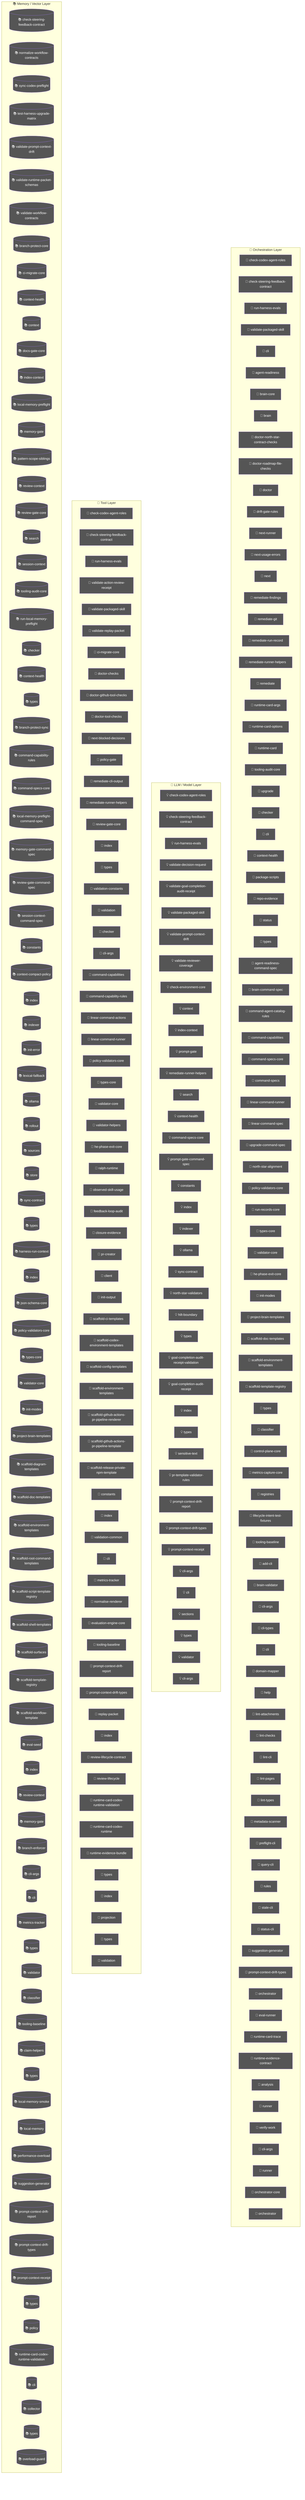
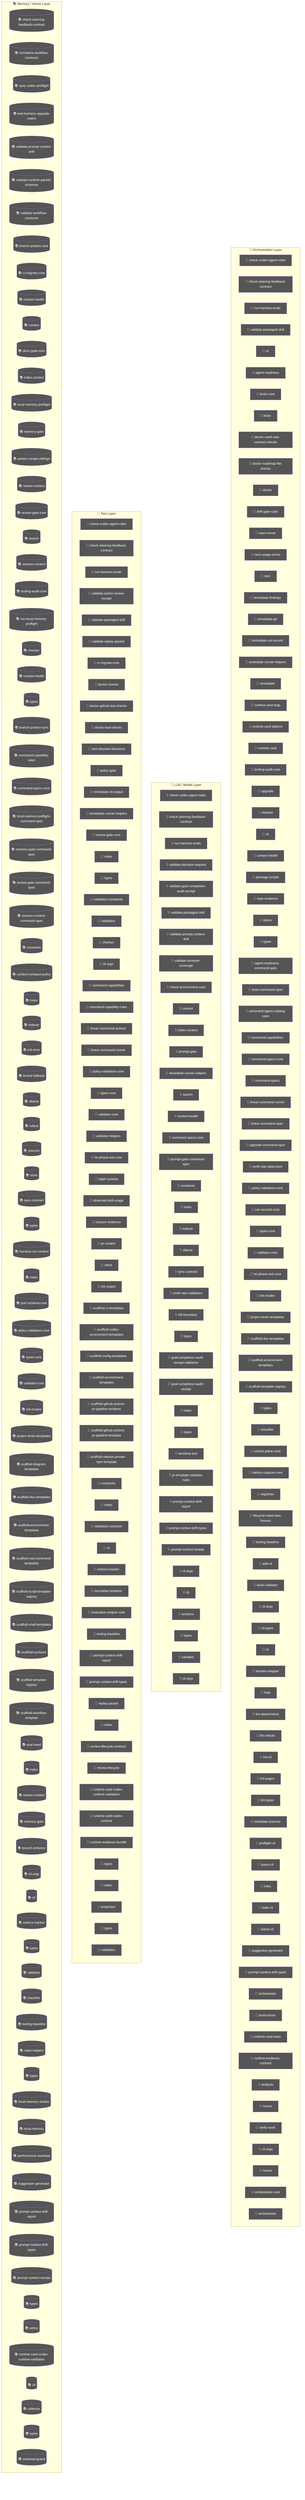
flowchart TD
  subgraph Orchestration["🎯 Orchestration Layer"]
    node_agent_mmd_orchestration_layer_orchestration_chec_7a9f0b64["🤖 check-codex-agent-roles"]
    node_agent_mmd_orchestration_layer_orchestration_chec_7fd47f5c["🤖 check-steering-feedback-contract"]
    node_agent_mmd_orchestration_layer_orchestration_run__18817957["🤖 run-harness-evals"]
    node_agent_mmd_orchestration_layer_orchestration_vali_c01b04be["🤖 validate-packaged-skill"]
    cli_99bb8840["🤖 cli"]
    agent_readiness_c82c68e6["🤖 agent-readiness"]
    brain_core_aa07c380["🤖 brain-core"]
    brain_bbbf7a64["🤖 brain"]
    doctor_north_star_contract_checks_0048124c["🤖 doctor-north-star-contract-checks"]
    doctor_roadmap_file_checks_14447b8e["🤖 doctor-roadmap-file-checks"]
    doctor_72f4be89["🤖 doctor"]
    drift_gate_rules_9685e72d["🤖 drift-gate-rules"]
    next_runner_41643472["🤖 next-runner"]
    next_usage_errors_837a345a["🤖 next-usage-errors"]
    next_c6c1c9a9["🤖 next"]
    remediate_findings_8b09c8c6["🤖 remediate-findings"]
    remediate_git_58c6f6f4["🤖 remediate-git"]
    remediate_run_record_9dfe5dc1["🤖 remediate-run-record"]
    node_agent_mmd_orchestration_layer_orchestration_reme_359fe98f["🤖 remediate-runner-helpers"]
    remediate_06b9c7fc["🤖 remediate"]
    runtime_card_args_2b3d4b28["🤖 runtime-card-args"]
    runtime_card_options_c9156ad5["🤖 runtime-card-options"]
    runtime_card_e06b53e1["🤖 runtime-card"]
    node_agent_mmd_orchestration_layer_orchestration_tool_acfe0c01["🤖 tooling-audit-core"]
    upgrade_7fef9479["🤖 upgrade"]
    node_agent_mmd_orchestration_layer_orchestration_chec_0550c395["🤖 checker"]
    cli_1_084e05fe["🤖 cli"]
    node_agent_mmd_orchestration_layer_orchestration_cont_61b3b9c9["🤖 context-health"]
    package_scripts_3ee6150f["🤖 package-scripts"]
    repo_evidence_38bb1de5["🤖 repo-evidence"]
    status_073c1634["🤖 status"]
    node_agent_mmd_orchestration_layer_orchestration_type_4f906dcc["🤖 types"]
    agent_readiness_command_spec_a30c2c1e["🤖 agent-readiness-command-spec"]
    brain_command_spec_15b122d5["🤖 brain-command-spec"]
    command_agent_catalog_rules_8e06b2af["🤖 command-agent-catalog-rules"]
    node_agent_mmd_orchestration_layer_orchestration_comm_6e41a7f7["🤖 command-capabilities"]
    node_agent_mmd_orchestration_layer_orchestration_comm_1f8cc24c["🤖 command-specs-core"]
    command_specs_69167c63["🤖 command-specs"]
    node_agent_mmd_orchestration_layer_orchestration_line_b67affd5["🤖 linear-command-runner"]
    linear_command_spec_1e12dd44["🤖 linear-command-spec"]
    upgrade_command_spec_03f6c7bd["🤖 upgrade-command-spec"]
    north_star_alignment_00440188["🤖 north-star-alignment"]
    node_agent_mmd_orchestration_layer_orchestration_poli_3270b55d["🤖 policy-validators-core"]
    run_records_core_89286dfa["🤖 run-records-core"]
    node_agent_mmd_orchestration_layer_orchestration_type_7cf81261["🤖 types-core"]
    node_agent_mmd_orchestration_layer_orchestration_vali_d9fe99e6["🤖 validator-core"]
    node_agent_mmd_orchestration_layer_orchestration_he_p_fc778c24["🤖 he-phase-exit-core"]
    node_agent_mmd_orchestration_layer_orchestration_init_2a9c3ecb["🤖 init-modes"]
    node_agent_mmd_orchestration_layer_orchestration_proj_6ab6f60f["🤖 project-brain-templates"]
    node_agent_mmd_orchestration_layer_orchestration_scaf_12cc07db["🤖 scaffold-doc-templates"]
    node_agent_mmd_orchestration_layer_orchestration_scaf_c9a90c2f["🤖 scaffold-environment-templates"]
    node_agent_mmd_orchestration_layer_orchestration_scaf_ff8f92f6["🤖 scaffold-template-registry"]
    types_15_86775c96["🤖 types"]
    node_agent_mmd_orchestration_layer_orchestration_clas_899b821a["🤖 classifier"]
    control_plane_core_db3b4cb2["🤖 control-plane-core"]
    metrics_capture_core_db4bf7cf["🤖 metrics-capture-core"]
    registries_06402afa["🤖 registries"]
    lifecycle_intent_test_fixtures_a53c7ada["🤖 lifecycle-intent-test-fixtures"]
    node_agent_mmd_orchestration_layer_orchestration_tool_cc43149f["🤖 tooling-baseline"]
    add_cli_7614de25["🤖 add-cli"]
    brain_validator_be251832["🤖 brain-validator"]
    cli_args_8_d546936e["🤖 cli-args"]
    cli_types_1686e858["🤖 cli-types"]
    cli_9_b54c1407["🤖 cli"]
    domain_mapper_cd9333d2["🤖 domain-mapper"]
    help_106a5842["🤖 help"]
    lint_attachments_873c0632["🤖 lint-attachments"]
    lint_checks_83522b19["🤖 lint-checks"]
    lint_cli_9ec62ec0["🤖 lint-cli"]
    lint_pages_e33301d0["🤖 lint-pages"]
    lint_types_2862c255["🤖 lint-types"]
    metadata_scanner_6a101b66["🤖 metadata-scanner"]
    preflight_cli_5d148379["🤖 preflight-cli"]
    query_cli_b95be64d["🤖 query-cli"]
    rules_6c621d1a["🤖 rules"]
    stale_cli_64548720["🤖 stale-cli"]
    status_cli_4c24a0d6["🤖 status-cli"]
    node_agent_mmd_orchestration_layer_orchestration_sugg_85c5ebe3["🤖 suggestion-generator"]
    node_agent_mmd_orchestration_layer_orchestration_prom_77088997["🤖 prompt-context-drift-types"]
    orchestrator_11376b7e["🤖 orchestrator"]
    eval_runner_0966a6b3["🤖 eval-runner"]
    runtime_card_trace_64a5ca95["🤖 runtime-card-trace"]
    runtime_evidence_contract_0f7b15b2["🤖 runtime-evidence-contract"]
    analysis_f44e85c4["🤖 analysis"]
    runner_527aa9f4["🤖 runner"]
    verify_work_1_cd8e7ec3["🤖 verify-work"]
    cli_args_14_3481043e["🤖 cli-args"]
    runner_1_6f281bf8["🤖 runner"]
    orchestrator_core_d0678b53["🤖 orchestrator-core"]
    orchestrator_1_6b7137c5["🤖 orchestrator"]
  end
  subgraph LLMLayer["🧠 LLM / Model Layer"]
    node_agent_mmd_llm_model_layer_llmlayer_check_codex_a_29e7b7fa["💡 check-codex-agent-roles"]
    node_agent_mmd_llm_model_layer_llmlayer_check_steerin_0e1bf90d["💡 check-steering-feedback-contract"]
    node_agent_mmd_llm_model_layer_llmlayer_run_harness_e_603fcfdc["💡 run-harness-evals"]
    validate_decision_request_2e5c325e["💡 validate-decision-request"]
    validate_goal_completion_audit_receipt_100d252c["💡 validate-goal-completion-audit-receipt"]
    node_agent_mmd_llm_model_layer_llmlayer_validate_pack_2a12e1f4["💡 validate-packaged-skill"]
    node_agent_mmd_llm_model_layer_llmlayer_validate_prom_9880f764["💡 validate-prompt-context-drift"]
    validate_reviewer_coverage_251efee3["💡 validate-reviewer-coverage"]
    check_environment_core_2c16213f["💡 check-environment-core"]
    node_agent_mmd_llm_model_layer_llmlayer_context_conte_ad2dfbd9["💡 context"]
    node_agent_mmd_llm_model_layer_llmlayer_index_context_1041bd11["💡 index-context"]
    prompt_gate_c5e9d207["💡 prompt-gate"]
    node_agent_mmd_llm_model_layer_llmlayer_remediate_run_9e3d4585["💡 remediate-runner-helpers"]
    node_agent_mmd_llm_model_layer_llmlayer_search_search_66b9a911["💡 search"]
    node_agent_mmd_llm_model_layer_llmlayer_context_healt_cfc0bfa8["💡 context-health"]
    node_agent_mmd_llm_model_layer_llmlayer_command_specs_782af9fa["💡 command-specs-core"]
    prompt_gate_command_spec_9a941482["💡 prompt-gate-command-spec"]
    node_agent_mmd_llm_model_layer_llmlayer_constants_con_c9bd3f6c["💡 constants"]
    node_agent_mmd_llm_model_layer_llmlayer_index_index_1_02e160ff["💡 index"]
    node_agent_mmd_llm_model_layer_llmlayer_indexer_index_4f4deef5["💡 indexer"]
    node_agent_mmd_llm_model_layer_llmlayer_ollama_ollama_968b23fa["💡 ollama"]
    node_agent_mmd_llm_model_layer_llmlayer_sync_contract_9f3cc8c1["💡 sync-contract"]
    north_star_validators_cfc926ce["💡 north-star-validators"]
    hilt_boundary_9b36fb15["💡 hilt-boundary"]
    types_9_1db4641f["💡 types"]
    goal_completion_audit_receipt_validation_9d0f4891["💡 goal-completion-audit-receipt-validation"]
    goal_completion_audit_receipt_5e4939c3["💡 goal-completion-audit-receipt"]
    index_4_013aa0e3["💡 index"]
    node_agent_mmd_llm_model_layer_llmlayer_constants_con_c9bd3f6c["💡 constants"]
    types_16_0fae1112["💡 types"]
    sensitive_text_7c11f760["💡 sensitive-text"]
    pr_template_validator_rules_20a32d6b["💡 pr-template-validator-rules"]
    node_agent_mmd_llm_model_layer_llmlayer_index_index_1_02e160ff["💡 index"]
    node_agent_mmd_llm_model_layer_llmlayer_prompt_contex_9683b128["💡 prompt-context-drift-report"]
    node_agent_mmd_llm_model_layer_llmlayer_prompt_contex_e5066b88["💡 prompt-context-drift-types"]
    node_agent_mmd_llm_model_layer_llmlayer_index_index_1_02e160ff["💡 index"]
    node_agent_mmd_llm_model_layer_llmlayer_prompt_contex_6426acc2["💡 prompt-context-receipt"]
    cli_args_9_9c136878["💡 cli-args"]
    cli_10_35dc8cbd["💡 cli"]
    sections_4697ef32["💡 sections"]
    types_26_a5814179["💡 types"]
    validator_6_3688adbf["💡 validator"]
    cli_args_10_861cdd3f["💡 cli-args"]
  end
  subgraph ToolLayer["🔧 Tool Layer"]
    node_agent_mmd_tool_layer_toollayer_check_codex_agent_4b361d5a["🔧 check-codex-agent-roles"]
    node_agent_mmd_tool_layer_toollayer_check_steering_fe_eafecf3a["🔧 check-steering-feedback-contract"]
    node_agent_mmd_tool_layer_toollayer_run_harness_evals_e2ee24f1["🔧 run-harness-evals"]
    validate_action_review_receipt_fa2f06c3["🔧 validate-action-review-receipt"]
    node_agent_mmd_tool_layer_toollayer_validate_packaged_2855c827["🔧 validate-packaged-skill"]
    validate_replay_packet_f309747e["🔧 validate-replay-packet"]
    node_agent_mmd_tool_layer_toollayer_ci_migrate_core_c_049f8460["🔧 ci-migrate-core"]
    doctor_checks_5a2eb2b9["🔧 doctor-checks"]
    doctor_github_tool_checks_a53b0382["🔧 doctor-github-tool-checks"]
    doctor_tool_checks_4acac51a["🔧 doctor-tool-checks"]
    next_blocked_decisions_4140ad2b["🔧 next-blocked-decisions"]
    policy_gate_213f7313["🔧 policy-gate"]
    remediate_cli_output_cc165396["🔧 remediate-cli-output"]
    node_agent_mmd_tool_layer_toollayer_remediate_runner__c003b871["🔧 remediate-runner-helpers"]
    node_agent_mmd_tool_layer_toollayer_review_gate_core__7704598b["🔧 review-gate-core"]
    index_1bc04b52["🔧 index"]
    types_1_4ecdf56e["🔧 types"]
    validation_constants_e002a0f6["🔧 validation-constants"]
    validation_98c41dcd["🔧 validation"]
    node_agent_mmd_tool_layer_toollayer_checker_checker_2_453d593b["🔧 checker"]
    cli_args_1_6144b055["🔧 cli-args"]
    node_agent_mmd_tool_layer_toollayer_command_capabilit_7fe13db1["🔧 command-capabilities"]
    node_agent_mmd_tool_layer_toollayer_command_capabilit_e97a4615["🔧 command-capability-rules"]
    linear_command_actions_e430f4f4["🔧 linear-command-actions"]
    node_agent_mmd_tool_layer_toollayer_linear_command_ru_d6763748["🔧 linear-command-runner"]
    node_agent_mmd_tool_layer_toollayer_policy_validators_af136abf["🔧 policy-validators-core"]
    node_agent_mmd_tool_layer_toollayer_types_core_types__6c8319b6["🔧 types-core"]
    node_agent_mmd_tool_layer_toollayer_validator_core_va_6ef6131f["🔧 validator-core"]
    validator_helpers_7b927667["🔧 validator-helpers"]
    node_agent_mmd_tool_layer_toollayer_he_phase_exit_cor_af016160["🔧 he-phase-exit-core"]
    ralph_runtime_73d63c0e["🔧 ralph-runtime"]
    observed_skill_usage_ed7d5930["🔧 observed-skill-usage"]
-     feedback_loop_audit_1_c7be4304["🔧 feedback-loop-audit"]
    closure_evidence_aaa31467["🔧 closure-evidence"]
    pr_creator_dc6b1ea4["🔧 pr-creator"]
    client_948fe603["🔧 client"]
    init_output_360dce91["🔧 init-output"]
    scaffold_ci_templates_2afd6392["🔧 scaffold-ci-templates"]
    scaffold_codex_environment_templates_334fbbed["🔧 scaffold-codex-environment-templates"]
    scaffold_config_templates_4b80ce53["🔧 scaffold-config-templates"]
    node_agent_mmd_tool_layer_toollayer_scaffold_environm_c1afc013["🔧 scaffold-environment-templates"]
    scaffold_github_actions_pr_pipeline_renderer_1ee18de5["🔧 scaffold-github-actions-pr-pipeline-renderer"]
    scaffold_github_actions_pr_pipeline_template_e2b85f62["🔧 scaffold-github-actions-pr-pipeline-template"]
    scaffold_release_private_npm_template_075499f8["🔧 scaffold-release-private-npm-template"]
    node_agent_mmd_tool_layer_toollayer_constants_constan_9d71b829["🔧 constants"]
    index_8_6f0f20ec["🔧 index"]
    validation_common_6161e48b["🔧 validation-common"]
    node_agent_mmd_tool_layer_toollayer_cli_cli_2_1_32d9eeaf["🔧 cli"]
    node_agent_mmd_tool_layer_toollayer_metrics_tracker_m_4c9237d8["🔧 metrics-tracker"]
    normalise_renderer_85f2e563["🔧 normalise-renderer"]
    evaluation_engine_core_e054fe49["🔧 evaluation-engine-core"]
    node_agent_mmd_tool_layer_toollayer_tooling_baseline__61e66e9f["🔧 tooling-baseline"]
    node_agent_mmd_tool_layer_toollayer_prompt_context_dr_801c86ff["🔧 prompt-context-drift-report"]
    node_agent_mmd_tool_layer_toollayer_prompt_context_dr_bd82da46["🔧 prompt-context-drift-types"]
    replay_packet_a1293f88["🔧 replay-packet"]
    index_13_97df39c8["🔧 index"]
    review_lifecycle_contract_e5447221["🔧 review-lifecycle-contract"]
    review_lifecycle_89afa64c["🔧 review-lifecycle"]
    node_agent_mmd_tool_layer_toollayer_runtime_card_code_3636ceac["🔧 runtime-card-codex-runtime-validation"]
    runtime_card_codex_runtime_0655e230["🔧 runtime-card-codex-runtime"]
    runtime_evidence_bundle_d471a232["🔧 runtime-evidence-bundle"]
    types_35_93e66c64["🔧 types"]
    index_16_373c8a49["🔧 index"]
    projection_1b250ea1["🔧 projection"]
    types_37_32ccf9f9["🔧 types"]
    validation_7_c4e6d8b6["🔧 validation"]
  end
  subgraph MemoryLayer["📚 Memory / Vector Layer"]
    node_agent_mmd_memory_vector_layer_memorylayer_check__64c86928[("📚 check-steering-feedback-contract")]
    normalize_workflow_contracts_8701f1c8[("📚 normalize-workflow-contracts")]
    sync_codex_preflight_7e7a8dc2[("📚 sync-codex-preflight")]
    test_harness_upgrade_matrix_84113c4e[("📚 test-harness-upgrade-matrix")]
    node_agent_mmd_memory_vector_layer_memorylayer_valida_c52c4db8[("📚 validate-prompt-context-drift")]
    validate_runtime_packet_schemas_bc3ba8ec[("📚 validate-runtime-packet-schemas")]
    validate_workflow_contracts_33dc063c[("📚 validate-workflow-contracts")]
    branch_protect_core_a8feb0fd[("📚 branch-protect-core")]
    node_agent_mmd_memory_vector_layer_memorylayer_ci_mig_0cd5b1a4[("📚 ci-migrate-core")]
    context_health_80bb7da9[("📚 context-health")]
    node_agent_mmd_memory_vector_layer_memorylayer_contex_78ceaaa9[("📚 context")]
    docs_gate_core_eb9b6c18[("📚 docs-gate-core")]
    node_agent_mmd_memory_vector_layer_memorylayer_index__6f3402d0[("📚 index-context")]
    local_memory_preflight_dcc36c42[("📚 local-memory-preflight")]
    memory_gate_a577a506[("📚 memory-gate")]
    pattern_scope_siblings_43abe000[("📚 pattern-scope-siblings")]
    review_context_ca6cf81d[("📚 review-context")]
    node_agent_mmd_memory_vector_layer_memorylayer_review_5bee9816[("📚 review-gate-core")]
    node_agent_mmd_memory_vector_layer_memorylayer_search_ac35cb7e[("📚 search")]
    session_context_e5ec72c0[("📚 session-context")]
    node_agent_mmd_memory_vector_layer_memorylayer_toolin_a1185b8f[("📚 tooling-audit-core")]
    run_local_memory_preflight_36e92808[("📚 run-local-memory-preflight")]
    node_agent_mmd_memory_vector_layer_memorylayer_checke_a583eb4f[("📚 checker")]
    node_agent_mmd_memory_vector_layer_memorylayer_contex_3204aa0e[("📚 context-health")]
    node_agent_mmd_memory_vector_layer_memorylayer_types__9ad640a0[("📚 types")]
    branch_protect_sync_570adb18[("📚 branch-protect-sync")]
    node_agent_mmd_memory_vector_layer_memorylayer_comman_c72a5d05[("📚 command-capability-rules")]
    node_agent_mmd_memory_vector_layer_memorylayer_comman_111eb454[("📚 command-specs-core")]
    local_memory_preflight_command_spec_9e23f3ce[("📚 local-memory-preflight-command-spec")]
    memory_gate_command_spec_dc9001a9[("📚 memory-gate-command-spec")]
    review_gate_command_spec_3187376a[("📚 review-gate-command-spec")]
    session_context_command_spec_973afbb1[("📚 session-context-command-spec")]
    node_agent_mmd_memory_vector_layer_memorylayer_consta_702d3f46[("📚 constants")]
    context_compact_policy_3dcaf95d[("📚 context-compact-policy")]
    node_agent_mmd_memory_vector_layer_memorylayer_index__752bc61e[("📚 index")]
    node_agent_mmd_memory_vector_layer_memorylayer_indexe_93e6d86f[("📚 indexer")]
    init_error_5c7dd49f[("📚 init-error")]
    lexical_fallback_723e2b3e[("📚 lexical-fallback")]
    node_agent_mmd_memory_vector_layer_memorylayer_ollama_6d51be16[("📚 ollama")]
    rollout_a4fa034c[("📚 rollout")]
    sources_878a52fc[("📚 sources")]
    store_824d80d7[("📚 store")]
    node_agent_mmd_memory_vector_layer_memorylayer_sync_c_e43418bc[("📚 sync-contract")]
    types_7_2f1ed65e[("📚 types")]
    harness_run_context_ac7c77a9[("📚 harness-run-context")]
    index_3_7e40d474[("📚 index")]
    json_schema_core_96d7e328[("📚 json-schema-core")]
    node_agent_mmd_memory_vector_layer_memorylayer_policy_1944de42[("📚 policy-validators-core")]
    node_agent_mmd_memory_vector_layer_memorylayer_types__83f369fa[("📚 types-core")]
    node_agent_mmd_memory_vector_layer_memorylayer_valida_41034356[("📚 validator-core")]
    node_agent_mmd_memory_vector_layer_memorylayer_init_m_333d02c5[("📚 init-modes")]
    node_agent_mmd_memory_vector_layer_memorylayer_projec_3ae304d9[("📚 project-brain-templates")]
    scaffold_diagram_templates_dd88e83c[("📚 scaffold-diagram-templates")]
    node_agent_mmd_memory_vector_layer_memorylayer_scaffo_5fd73b94[("📚 scaffold-doc-templates")]
    node_agent_mmd_memory_vector_layer_memorylayer_scaffo_12b42341[("📚 scaffold-environment-templates")]
    scaffold_root_command_templates_404fed7f[("📚 scaffold-root-command-templates")]
    scaffold_script_template_registry_69312d4e[("📚 scaffold-script-template-registry")]
    scaffold_shell_templates_0ad0f915[("📚 scaffold-shell-templates")]
    scaffold_surfaces_12d6494e[("📚 scaffold-surfaces")]
    node_agent_mmd_memory_vector_layer_memorylayer_scaffo_a86eece1[("📚 scaffold-template-registry")]
    scaffold_workflow_template_92310587[("📚 scaffold-workflow-template")]
    eval_seed_5699fd3e[("📚 eval-seed")]
    index_9_32dd4d91[("📚 index")]
    review_context_1_e3afed15[("📚 review-context")]
    memory_gate_1_265164ac[("📚 memory-gate")]
    branch_enforcer_acb749cd[("📚 branch-enforcer")]
    cli_args_5_09ea29f0[("📚 cli-args")]
    node_agent_mmd_memory_vector_layer_memorylayer_cli_cl_1f1f89ab[("📚 cli")]
    node_agent_mmd_memory_vector_layer_memorylayer_metric_12562178[("📚 metrics-tracker")]
    types_18_37582e2a[("📚 types")]
    validator_4_5180cf23[("📚 validator")]
    node_agent_mmd_memory_vector_layer_memorylayer_classi_1ebbf5ff[("📚 classifier")]
    node_agent_mmd_memory_vector_layer_memorylayer_toolin_14f86b00[("📚 tooling-baseline")]
    claim_helpers_20dc8387[("📚 claim-helpers")]
    types_23_4352ee2e[("📚 types")]
    local_memory_smoke_1175abfc[("📚 local-memory-smoke")]
    local_memory_0db17ecc[("📚 local-memory")]
    performance_overload_c685bfcf[("📚 performance-overload")]
    node_agent_mmd_memory_vector_layer_memorylayer_sugges_267f408d[("📚 suggestion-generator")]
    node_agent_mmd_memory_vector_layer_memorylayer_index__752bc61e[("📚 index")]
    node_agent_mmd_memory_vector_layer_memorylayer_prompt_84937d91[("📚 prompt-context-drift-report")]
    node_agent_mmd_memory_vector_layer_memorylayer_prompt_efd77624[("📚 prompt-context-drift-types")]
    node_agent_mmd_memory_vector_layer_memorylayer_index__752bc61e[("📚 index")]
    node_agent_mmd_memory_vector_layer_memorylayer_prompt_55c0d605[("📚 prompt-context-receipt")]
    types_30_424b976c[("📚 types")]
    policy_1_fc4198db[("📚 policy")]
    node_agent_mmd_memory_vector_layer_memorylayer_runtim_a5d23e7f[("📚 runtime-card-codex-runtime-validation")]
    cli_11_338a8415[("📚 cli")]
    collector_0736fd5b[("📚 collector")]
    types_33_16e22a82[("📚 types")]
    overload_guard_2748c559[("📚 overload-guard")]
  end
  classDef agentNode fill:#555,color:#fff
  class node_agent_mmd_orchestration_layer_orchestration_chec_7a9f0b64,node_agent_mmd_llm_model_layer_llmlayer_check_codex_a_29e7b7fa,node_agent_mmd_tool_layer_toollayer_check_codex_agent_4b361d5a,node_agent_mmd_orchestration_layer_orchestration_chec_7fd47f5c,node_agent_mmd_llm_model_layer_llmlayer_check_steerin_0e1bf90d,node_agent_mmd_tool_layer_toollayer_check_steering_fe_eafecf3a,node_agent_mmd_memory_vector_layer_memorylayer_check__64c86928,node_agent_mmd_orchestration_layer_orchestration_run__18817957,node_agent_mmd_llm_model_layer_llmlayer_run_harness_e_603fcfdc,node_agent_mmd_tool_layer_toollayer_run_harness_evals_e2ee24f1,node_agent_mmd_orchestration_layer_orchestration_vali_c01b04be,node_agent_mmd_llm_model_layer_llmlayer_validate_pack_2a12e1f4,node_agent_mmd_tool_layer_toollayer_validate_packaged_2855c827,cli_99bb8840,agent_readiness_c82c68e6,brain_core_aa07c380,brain_bbbf7a64,doctor_north_star_contract_checks_0048124c,doctor_roadmap_file_checks_14447b8e,doctor_72f4be89,drift_gate_rules_9685e72d,next_runner_41643472,next_usage_errors_837a345a,next_c6c1c9a9,remediate_findings_8b09c8c6,remediate_git_58c6f6f4,remediate_run_record_9dfe5dc1,node_agent_mmd_orchestration_layer_orchestration_reme_359fe98f,node_agent_mmd_llm_model_layer_llmlayer_remediate_run_9e3d4585,node_agent_mmd_tool_layer_toollayer_remediate_runner__c003b871,remediate_06b9c7fc,runtime_card_args_2b3d4b28,runtime_card_options_c9156ad5,runtime_card_e06b53e1,node_agent_mmd_orchestration_layer_orchestration_tool_acfe0c01,node_agent_mmd_memory_vector_layer_memorylayer_toolin_a1185b8f,upgrade_7fef9479,node_agent_mmd_orchestration_layer_orchestration_chec_0550c395,node_agent_mmd_tool_layer_toollayer_checker_checker_2_453d593b,node_agent_mmd_memory_vector_layer_memorylayer_checke_a583eb4f,cli_1_084e05fe,node_agent_mmd_orchestration_layer_orchestration_cont_61b3b9c9,node_agent_mmd_llm_model_layer_llmlayer_context_healt_cfc0bfa8,node_agent_mmd_memory_vector_layer_memorylayer_contex_3204aa0e,package_scripts_3ee6150f,repo_evidence_38bb1de5,status_073c1634,node_agent_mmd_orchestration_layer_orchestration_type_4f906dcc,node_agent_mmd_memory_vector_layer_memorylayer_types__9ad640a0,agent_readiness_command_spec_a30c2c1e,brain_command_spec_15b122d5,command_agent_catalog_rules_8e06b2af,node_agent_mmd_orchestration_layer_orchestration_comm_6e41a7f7,node_agent_mmd_tool_layer_toollayer_command_capabilit_7fe13db1,node_agent_mmd_orchestration_layer_orchestration_comm_1f8cc24c,node_agent_mmd_llm_model_layer_llmlayer_command_specs_782af9fa,node_agent_mmd_memory_vector_layer_memorylayer_comman_111eb454,command_specs_69167c63,node_agent_mmd_orchestration_layer_orchestration_line_b67affd5,node_agent_mmd_tool_layer_toollayer_linear_command_ru_d6763748,linear_command_spec_1e12dd44,upgrade_command_spec_03f6c7bd,north_star_alignment_00440188,node_agent_mmd_orchestration_layer_orchestration_poli_3270b55d,node_agent_mmd_tool_layer_toollayer_policy_validators_af136abf,node_agent_mmd_memory_vector_layer_memorylayer_policy_1944de42,run_records_core_89286dfa,node_agent_mmd_orchestration_layer_orchestration_type_7cf81261,node_agent_mmd_tool_layer_toollayer_types_core_types__6c8319b6,node_agent_mmd_memory_vector_layer_memorylayer_types__83f369fa,node_agent_mmd_orchestration_layer_orchestration_vali_d9fe99e6,node_agent_mmd_tool_layer_toollayer_validator_core_va_6ef6131f,node_agent_mmd_memory_vector_layer_memorylayer_valida_41034356,node_agent_mmd_orchestration_layer_orchestration_he_p_fc778c24,node_agent_mmd_tool_layer_toollayer_he_phase_exit_cor_af016160,node_agent_mmd_orchestration_layer_orchestration_init_2a9c3ecb,node_agent_mmd_memory_vector_layer_memorylayer_init_m_333d02c5,node_agent_mmd_orchestration_layer_orchestration_proj_6ab6f60f,node_agent_mmd_memory_vector_layer_memorylayer_projec_3ae304d9,node_agent_mmd_orchestration_layer_orchestration_scaf_12cc07db,node_agent_mmd_memory_vector_layer_memorylayer_scaffo_5fd73b94,node_agent_mmd_orchestration_layer_orchestration_scaf_c9a90c2f,node_agent_mmd_tool_layer_toollayer_scaffold_environm_c1afc013,node_agent_mmd_memory_vector_layer_memorylayer_scaffo_12b42341,node_agent_mmd_orchestration_layer_orchestration_scaf_ff8f92f6,node_agent_mmd_memory_vector_layer_memorylayer_scaffo_a86eece1,types_15_86775c96,node_agent_mmd_orchestration_layer_orchestration_clas_899b821a,node_agent_mmd_memory_vector_layer_memorylayer_classi_1ebbf5ff,control_plane_core_db3b4cb2,metrics_capture_core_db4bf7cf,registries_06402afa,lifecycle_intent_test_fixtures_a53c7ada,node_agent_mmd_orchestration_layer_orchestration_tool_cc43149f,node_agent_mmd_tool_layer_toollayer_tooling_baseline__61e66e9f,node_agent_mmd_memory_vector_layer_memorylayer_toolin_14f86b00,add_cli_7614de25,brain_validator_be251832,cli_args_8_d546936e,cli_types_1686e858,cli_9_b54c1407,domain_mapper_cd9333d2,help_106a5842,lint_attachments_873c0632,lint_checks_83522b19,lint_cli_9ec62ec0,lint_pages_e33301d0,lint_types_2862c255,metadata_scanner_6a101b66,preflight_cli_5d148379,query_cli_b95be64d,rules_6c621d1a,stale_cli_64548720,status_cli_4c24a0d6,node_agent_mmd_orchestration_layer_orchestration_sugg_85c5ebe3,node_agent_mmd_memory_vector_layer_memorylayer_sugges_267f408d,node_agent_mmd_orchestration_layer_orchestration_prom_77088997,node_agent_mmd_llm_model_layer_llmlayer_prompt_contex_e5066b88,node_agent_mmd_tool_layer_toollayer_prompt_context_dr_bd82da46,node_agent_mmd_memory_vector_layer_memorylayer_prompt_efd77624,orchestrator_11376b7e,eval_runner_0966a6b3,runtime_card_trace_64a5ca95,runtime_evidence_contract_0f7b15b2,analysis_f44e85c4,runner_527aa9f4,verify_work_1_cd8e7ec3,cli_args_14_3481043e,runner_1_6f281bf8,orchestrator_core_d0678b53,orchestrator_1_6b7137c5 agentNode
  classDef llmNode fill:#555,color:#fff
  class node_agent_mmd_orchestration_layer_orchestration_chec_7a9f0b64,node_agent_mmd_llm_model_layer_llmlayer_check_codex_a_29e7b7fa,node_agent_mmd_tool_layer_toollayer_check_codex_agent_4b361d5a,node_agent_mmd_orchestration_layer_orchestration_chec_7fd47f5c,node_agent_mmd_llm_model_layer_llmlayer_check_steerin_0e1bf90d,node_agent_mmd_tool_layer_toollayer_check_steering_fe_eafecf3a,node_agent_mmd_memory_vector_layer_memorylayer_check__64c86928,node_agent_mmd_orchestration_layer_orchestration_run__18817957,node_agent_mmd_llm_model_layer_llmlayer_run_harness_e_603fcfdc,node_agent_mmd_tool_layer_toollayer_run_harness_evals_e2ee24f1,validate_decision_request_2e5c325e,validate_goal_completion_audit_receipt_100d252c,node_agent_mmd_orchestration_layer_orchestration_vali_c01b04be,node_agent_mmd_llm_model_layer_llmlayer_validate_pack_2a12e1f4,node_agent_mmd_tool_layer_toollayer_validate_packaged_2855c827,node_agent_mmd_llm_model_layer_llmlayer_validate_prom_9880f764,node_agent_mmd_memory_vector_layer_memorylayer_valida_c52c4db8,validate_reviewer_coverage_251efee3,check_environment_core_2c16213f,node_agent_mmd_llm_model_layer_llmlayer_context_conte_ad2dfbd9,node_agent_mmd_memory_vector_layer_memorylayer_contex_78ceaaa9,node_agent_mmd_llm_model_layer_llmlayer_index_context_1041bd11,node_agent_mmd_memory_vector_layer_memorylayer_index__6f3402d0,prompt_gate_c5e9d207,node_agent_mmd_orchestration_layer_orchestration_reme_359fe98f,node_agent_mmd_llm_model_layer_llmlayer_remediate_run_9e3d4585,node_agent_mmd_tool_layer_toollayer_remediate_runner__c003b871,node_agent_mmd_llm_model_layer_llmlayer_search_search_66b9a911,node_agent_mmd_memory_vector_layer_memorylayer_search_ac35cb7e,node_agent_mmd_orchestration_layer_orchestration_cont_61b3b9c9,node_agent_mmd_llm_model_layer_llmlayer_context_healt_cfc0bfa8,node_agent_mmd_memory_vector_layer_memorylayer_contex_3204aa0e,node_agent_mmd_orchestration_layer_orchestration_comm_1f8cc24c,node_agent_mmd_llm_model_layer_llmlayer_command_specs_782af9fa,node_agent_mmd_memory_vector_layer_memorylayer_comman_111eb454,prompt_gate_command_spec_9a941482,node_agent_mmd_llm_model_layer_llmlayer_constants_con_c9bd3f6c,node_agent_mmd_memory_vector_layer_memorylayer_consta_702d3f46,node_agent_mmd_llm_model_layer_llmlayer_index_index_1_02e160ff,node_agent_mmd_memory_vector_layer_memorylayer_index__752bc61e,node_agent_mmd_llm_model_layer_llmlayer_indexer_index_4f4deef5,node_agent_mmd_memory_vector_layer_memorylayer_indexe_93e6d86f,node_agent_mmd_llm_model_layer_llmlayer_ollama_ollama_968b23fa,node_agent_mmd_memory_vector_layer_memorylayer_ollama_6d51be16,node_agent_mmd_llm_model_layer_llmlayer_sync_contract_9f3cc8c1,node_agent_mmd_memory_vector_layer_memorylayer_sync_c_e43418bc,north_star_validators_cfc926ce,hilt_boundary_9b36fb15,types_9_1db4641f,goal_completion_audit_receipt_validation_9d0f4891,goal_completion_audit_receipt_5e4939c3,index_4_013aa0e3,node_agent_mmd_tool_layer_toollayer_constants_constan_9d71b829,types_16_0fae1112,sensitive_text_7c11f760,pr_template_validator_rules_20a32d6b,node_agent_mmd_llm_model_layer_llmlayer_prompt_contex_9683b128,node_agent_mmd_tool_layer_toollayer_prompt_context_dr_801c86ff,node_agent_mmd_memory_vector_layer_memorylayer_prompt_84937d91,node_agent_mmd_orchestration_layer_orchestration_prom_77088997,node_agent_mmd_llm_model_layer_llmlayer_prompt_contex_e5066b88,node_agent_mmd_tool_layer_toollayer_prompt_context_dr_bd82da46,node_agent_mmd_memory_vector_layer_memorylayer_prompt_efd77624,node_agent_mmd_llm_model_layer_llmlayer_prompt_contex_6426acc2,node_agent_mmd_memory_vector_layer_memorylayer_prompt_55c0d605,cli_args_9_9c136878,cli_10_35dc8cbd,sections_4697ef32,types_26_a5814179,validator_6_3688adbf,cli_args_10_861cdd3f llmNode
  classDef toolNode fill:#555,color:#fff
-   class node_agent_mmd_orchestration_layer_orchestration_chec_7a9f0b64,node_agent_mmd_llm_model_layer_llmlayer_check_codex_a_29e7b7fa,node_agent_mmd_tool_layer_toollayer_check_codex_agent_4b361d5a,node_agent_mmd_orchestration_layer_orchestration_chec_7fd47f5c,node_agent_mmd_llm_model_layer_llmlayer_check_steerin_0e1bf90d,node_agent_mmd_tool_layer_toollayer_check_steering_fe_eafecf3a,node_agent_mmd_memory_vector_layer_memorylayer_check__64c86928,node_agent_mmd_orchestration_layer_orchestration_run__18817957,node_agent_mmd_llm_model_layer_llmlayer_run_harness_e_603fcfdc,node_agent_mmd_tool_layer_toollayer_run_harness_evals_e2ee24f1,validate_action_review_receipt_fa2f06c3,node_agent_mmd_orchestration_layer_orchestration_vali_c01b04be,node_agent_mmd_llm_model_layer_llmlayer_validate_pack_2a12e1f4,node_agent_mmd_tool_layer_toollayer_validate_packaged_2855c827,validate_replay_packet_f309747e,node_agent_mmd_tool_layer_toollayer_ci_migrate_core_c_049f8460,node_agent_mmd_memory_vector_layer_memorylayer_ci_mig_0cd5b1a4,doctor_checks_5a2eb2b9,doctor_github_tool_checks_a53b0382,doctor_tool_checks_4acac51a,next_blocked_decisions_4140ad2b,policy_gate_213f7313,remediate_cli_output_cc165396,node_agent_mmd_orchestration_layer_orchestration_reme_359fe98f,node_agent_mmd_llm_model_layer_llmlayer_remediate_run_9e3d4585,node_agent_mmd_tool_layer_toollayer_remediate_runner__c003b871,node_agent_mmd_tool_layer_toollayer_review_gate_core__7704598b,node_agent_mmd_memory_vector_layer_memorylayer_review_5bee9816,index_1bc04b52,types_1_4ecdf56e,validation_constants_e002a0f6,validation_98c41dcd,node_agent_mmd_orchestration_layer_orchestration_chec_0550c395,node_agent_mmd_tool_layer_toollayer_checker_checker_2_453d593b,node_agent_mmd_memory_vector_layer_memorylayer_checke_a583eb4f,cli_args_1_6144b055,node_agent_mmd_orchestration_layer_orchestration_comm_6e41a7f7,node_agent_mmd_tool_layer_toollayer_command_capabilit_7fe13db1,node_agent_mmd_tool_layer_toollayer_command_capabilit_e97a4615,node_agent_mmd_memory_vector_layer_memorylayer_comman_c72a5d05,linear_command_actions_e430f4f4,node_agent_mmd_orchestration_layer_orchestration_line_b67affd5,node_agent_mmd_tool_layer_toollayer_linear_command_ru_d6763748,node_agent_mmd_orchestration_layer_orchestration_poli_3270b55d,node_agent_mmd_tool_layer_toollayer_policy_validators_af136abf,node_agent_mmd_memory_vector_layer_memorylayer_policy_1944de42,node_agent_mmd_orchestration_layer_orchestration_type_7cf81261,node_agent_mmd_tool_layer_toollayer_types_core_types__6c8319b6,node_agent_mmd_memory_vector_layer_memorylayer_types__83f369fa,node_agent_mmd_orchestration_layer_orchestration_vali_d9fe99e6,node_agent_mmd_tool_layer_toollayer_validator_core_va_6ef6131f,node_agent_mmd_memory_vector_layer_memorylayer_valida_41034356,validator_helpers_7b927667,node_agent_mmd_orchestration_layer_orchestration_he_p_fc778c24,node_agent_mmd_tool_layer_toollayer_he_phase_exit_cor_af016160,ralph_runtime_73d63c0e,observed_skill_usage_ed7d5930,feedback_loop_audit_1_c7be4304,closure_evidence_aaa31467,pr_creator_dc6b1ea4,client_948fe603,init_output_360dce91,scaffold_ci_templates_2afd6392,scaffold_codex_environment_templates_334fbbed,scaffold_config_templates_4b80ce53,node_agent_mmd_orchestration_layer_orchestration_scaf_c9a90c2f,node_agent_mmd_tool_layer_toollayer_scaffold_environm_c1afc013,node_agent_mmd_memory_vector_layer_memorylayer_scaffo_12b42341,scaffold_github_actions_pr_pipeline_renderer_1ee18de5,scaffold_github_actions_pr_pipeline_template_e2b85f62,scaffold_release_private_npm_template_075499f8,node_agent_mmd_llm_model_layer_llmlayer_constants_con_c9bd3f6c,node_agent_mmd_tool_layer_toollayer_constants_constan_9d71b829,index_8_6f0f20ec,validation_common_6161e48b,node_agent_mmd_tool_layer_toollayer_cli_cli_2_1_32d9eeaf,node_agent_mmd_memory_vector_layer_memorylayer_cli_cl_1f1f89ab,node_agent_mmd_tool_layer_toollayer_metrics_tracker_m_4c9237d8,node_agent_mmd_memory_vector_layer_memorylayer_metric_12562178,normalise_renderer_85f2e563,evaluation_engine_core_e054fe49,node_agent_mmd_orchestration_layer_orchestration_tool_cc43149f,node_agent_mmd_tool_layer_toollayer_tooling_baseline__61e66e9f,node_agent_mmd_memory_vector_layer_memorylayer_toolin_14f86b00,node_agent_mmd_llm_model_layer_llmlayer_prompt_contex_9683b128,node_agent_mmd_tool_layer_toollayer_prompt_context_dr_801c86ff,node_agent_mmd_memory_vector_layer_memorylayer_prompt_84937d91,node_agent_mmd_orchestration_layer_orchestration_prom_77088997,node_agent_mmd_llm_model_layer_llmlayer_prompt_contex_e5066b88,node_agent_mmd_tool_layer_toollayer_prompt_context_dr_bd82da46,node_agent_mmd_memory_vector_layer_memorylayer_prompt_efd77624,replay_packet_a1293f88,index_13_97df39c8,review_lifecycle_contract_e5447221,review_lifecycle_89afa64c,node_agent_mmd_tool_layer_toollayer_runtime_card_code_3636ceac,node_agent_mmd_memory_vector_layer_memorylayer_runtim_a5d23e7f,runtime_card_codex_runtime_0655e230,runtime_evidence_bundle_d471a232,types_35_93e66c64,index_16_373c8a49,projection_1b250ea1,types_37_32ccf9f9,validation_7_c4e6d8b6 toolNode
+   class node_agent_mmd_orchestration_layer_orchestration_chec_7a9f0b64,node_agent_mmd_llm_model_layer_llmlayer_check_codex_a_29e7b7fa,node_agent_mmd_tool_layer_toollayer_check_codex_agent_4b361d5a,node_agent_mmd_orchestration_layer_orchestration_chec_7fd47f5c,node_agent_mmd_llm_model_layer_llmlayer_check_steerin_0e1bf90d,node_agent_mmd_tool_layer_toollayer_check_steering_fe_eafecf3a,node_agent_mmd_memory_vector_layer_memorylayer_check__64c86928,node_agent_mmd_orchestration_layer_orchestration_run__18817957,node_agent_mmd_llm_model_layer_llmlayer_run_harness_e_603fcfdc,node_agent_mmd_tool_layer_toollayer_run_harness_evals_e2ee24f1,validate_action_review_receipt_fa2f06c3,node_agent_mmd_orchestration_layer_orchestration_vali_c01b04be,node_agent_mmd_llm_model_layer_llmlayer_validate_pack_2a12e1f4,node_agent_mmd_tool_layer_toollayer_validate_packaged_2855c827,validate_replay_packet_f309747e,node_agent_mmd_tool_layer_toollayer_ci_migrate_core_c_049f8460,node_agent_mmd_memory_vector_layer_memorylayer_ci_mig_0cd5b1a4,doctor_checks_5a2eb2b9,doctor_github_tool_checks_a53b0382,doctor_tool_checks_4acac51a,next_blocked_decisions_4140ad2b,policy_gate_213f7313,remediate_cli_output_cc165396,node_agent_mmd_orchestration_layer_orchestration_reme_359fe98f,node_agent_mmd_llm_model_layer_llmlayer_remediate_run_9e3d4585,node_agent_mmd_tool_layer_toollayer_remediate_runner__c003b871,node_agent_mmd_tool_layer_toollayer_review_gate_core__7704598b,node_agent_mmd_memory_vector_layer_memorylayer_review_5bee9816,index_1bc04b52,types_1_4ecdf56e,validation_constants_e002a0f6,validation_98c41dcd,node_agent_mmd_orchestration_layer_orchestration_chec_0550c395,node_agent_mmd_tool_layer_toollayer_checker_checker_2_453d593b,node_agent_mmd_memory_vector_layer_memorylayer_checke_a583eb4f,cli_args_1_6144b055,node_agent_mmd_orchestration_layer_orchestration_comm_6e41a7f7,node_agent_mmd_tool_layer_toollayer_command_capabilit_7fe13db1,node_agent_mmd_tool_layer_toollayer_command_capabilit_e97a4615,node_agent_mmd_memory_vector_layer_memorylayer_comman_c72a5d05,linear_command_actions_e430f4f4,node_agent_mmd_orchestration_layer_orchestration_line_b67affd5,node_agent_mmd_tool_layer_toollayer_linear_command_ru_d6763748,node_agent_mmd_orchestration_layer_orchestration_poli_3270b55d,node_agent_mmd_tool_layer_toollayer_policy_validators_af136abf,node_agent_mmd_memory_vector_layer_memorylayer_policy_1944de42,node_agent_mmd_orchestration_layer_orchestration_type_7cf81261,node_agent_mmd_tool_layer_toollayer_types_core_types__6c8319b6,node_agent_mmd_memory_vector_layer_memorylayer_types__83f369fa,node_agent_mmd_orchestration_layer_orchestration_vali_d9fe99e6,node_agent_mmd_tool_layer_toollayer_validator_core_va_6ef6131f,node_agent_mmd_memory_vector_layer_memorylayer_valida_41034356,validator_helpers_7b927667,node_agent_mmd_orchestration_layer_orchestration_he_p_fc778c24,node_agent_mmd_tool_layer_toollayer_he_phase_exit_cor_af016160,ralph_runtime_73d63c0e,observed_skill_usage_ed7d5930,closure_evidence_aaa31467,pr_creator_dc6b1ea4,client_948fe603,init_output_360dce91,scaffold_ci_templates_2afd6392,scaffold_codex_environment_templates_334fbbed,scaffold_config_templates_4b80ce53,node_agent_mmd_orchestration_layer_orchestration_scaf_c9a90c2f,node_agent_mmd_tool_layer_toollayer_scaffold_environm_c1afc013,node_agent_mmd_memory_vector_layer_memorylayer_scaffo_12b42341,scaffold_github_actions_pr_pipeline_renderer_1ee18de5,scaffold_github_actions_pr_pipeline_template_e2b85f62,scaffold_release_private_npm_template_075499f8,node_agent_mmd_llm_model_layer_llmlayer_constants_con_c9bd3f6c,node_agent_mmd_tool_layer_toollayer_constants_constan_9d71b829,index_8_6f0f20ec,validation_common_6161e48b,node_agent_mmd_tool_layer_toollayer_cli_cli_2_1_32d9eeaf,node_agent_mmd_memory_vector_layer_memorylayer_cli_cl_1f1f89ab,node_agent_mmd_tool_layer_toollayer_metrics_tracker_m_4c9237d8,node_agent_mmd_memory_vector_layer_memorylayer_metric_12562178,normalise_renderer_85f2e563,evaluation_engine_core_e054fe49,node_agent_mmd_orchestration_layer_orchestration_tool_cc43149f,node_agent_mmd_tool_layer_toollayer_tooling_baseline__61e66e9f,node_agent_mmd_memory_vector_layer_memorylayer_toolin_14f86b00,node_agent_mmd_llm_model_layer_llmlayer_prompt_contex_9683b128,node_agent_mmd_tool_layer_toollayer_prompt_context_dr_801c86ff,node_agent_mmd_memory_vector_layer_memorylayer_prompt_84937d91,node_agent_mmd_orchestration_layer_orchestration_prom_77088997,node_agent_mmd_llm_model_layer_llmlayer_prompt_contex_e5066b88,node_agent_mmd_tool_layer_toollayer_prompt_context_dr_bd82da46,node_agent_mmd_memory_vector_layer_memorylayer_prompt_efd77624,replay_packet_a1293f88,index_13_97df39c8,review_lifecycle_contract_e5447221,review_lifecycle_89afa64c,node_agent_mmd_tool_layer_toollayer_runtime_card_code_3636ceac,node_agent_mmd_memory_vector_layer_memorylayer_runtim_a5d23e7f,runtime_card_codex_runtime_0655e230,runtime_evidence_bundle_d471a232,types_35_93e66c64,index_16_373c8a49,projection_1b250ea1,types_37_32ccf9f9,validation_7_c4e6d8b6 toolNode
  classDef memNode fill:#555,color:#fff
  class node_agent_mmd_orchestration_layer_orchestration_chec_7fd47f5c,node_agent_mmd_llm_model_layer_llmlayer_check_steerin_0e1bf90d,node_agent_mmd_tool_layer_toollayer_check_steering_fe_eafecf3a,node_agent_mmd_memory_vector_layer_memorylayer_check__64c86928,normalize_workflow_contracts_8701f1c8,sync_codex_preflight_7e7a8dc2,test_harness_upgrade_matrix_84113c4e,node_agent_mmd_llm_model_layer_llmlayer_validate_prom_9880f764,node_agent_mmd_memory_vector_layer_memorylayer_valida_c52c4db8,validate_runtime_packet_schemas_bc3ba8ec,validate_workflow_contracts_33dc063c,branch_protect_core_a8feb0fd,node_agent_mmd_tool_layer_toollayer_ci_migrate_core_c_049f8460,node_agent_mmd_memory_vector_layer_memorylayer_ci_mig_0cd5b1a4,context_health_80bb7da9,node_agent_mmd_llm_model_layer_llmlayer_context_conte_ad2dfbd9,node_agent_mmd_memory_vector_layer_memorylayer_contex_78ceaaa9,docs_gate_core_eb9b6c18,node_agent_mmd_llm_model_layer_llmlayer_index_context_1041bd11,node_agent_mmd_memory_vector_layer_memorylayer_index__6f3402d0,local_memory_preflight_dcc36c42,memory_gate_a577a506,pattern_scope_siblings_43abe000,review_context_ca6cf81d,node_agent_mmd_tool_layer_toollayer_review_gate_core__7704598b,node_agent_mmd_memory_vector_layer_memorylayer_review_5bee9816,node_agent_mmd_llm_model_layer_llmlayer_search_search_66b9a911,node_agent_mmd_memory_vector_layer_memorylayer_search_ac35cb7e,session_context_e5ec72c0,node_agent_mmd_orchestration_layer_orchestration_tool_acfe0c01,node_agent_mmd_memory_vector_layer_memorylayer_toolin_a1185b8f,run_local_memory_preflight_36e92808,node_agent_mmd_orchestration_layer_orchestration_chec_0550c395,node_agent_mmd_tool_layer_toollayer_checker_checker_2_453d593b,node_agent_mmd_memory_vector_layer_memorylayer_checke_a583eb4f,node_agent_mmd_orchestration_layer_orchestration_cont_61b3b9c9,node_agent_mmd_llm_model_layer_llmlayer_context_healt_cfc0bfa8,node_agent_mmd_memory_vector_layer_memorylayer_contex_3204aa0e,node_agent_mmd_orchestration_layer_orchestration_type_4f906dcc,node_agent_mmd_memory_vector_layer_memorylayer_types__9ad640a0,branch_protect_sync_570adb18,node_agent_mmd_tool_layer_toollayer_command_capabilit_e97a4615,node_agent_mmd_memory_vector_layer_memorylayer_comman_c72a5d05,node_agent_mmd_orchestration_layer_orchestration_comm_1f8cc24c,node_agent_mmd_llm_model_layer_llmlayer_command_specs_782af9fa,node_agent_mmd_memory_vector_layer_memorylayer_comman_111eb454,local_memory_preflight_command_spec_9e23f3ce,memory_gate_command_spec_dc9001a9,review_gate_command_spec_3187376a,session_context_command_spec_973afbb1,node_agent_mmd_llm_model_layer_llmlayer_constants_con_c9bd3f6c,node_agent_mmd_memory_vector_layer_memorylayer_consta_702d3f46,context_compact_policy_3dcaf95d,node_agent_mmd_llm_model_layer_llmlayer_index_index_1_02e160ff,node_agent_mmd_memory_vector_layer_memorylayer_index__752bc61e,node_agent_mmd_llm_model_layer_llmlayer_indexer_index_4f4deef5,node_agent_mmd_memory_vector_layer_memorylayer_indexe_93e6d86f,init_error_5c7dd49f,lexical_fallback_723e2b3e,node_agent_mmd_llm_model_layer_llmlayer_ollama_ollama_968b23fa,node_agent_mmd_memory_vector_layer_memorylayer_ollama_6d51be16,rollout_a4fa034c,sources_878a52fc,store_824d80d7,node_agent_mmd_llm_model_layer_llmlayer_sync_contract_9f3cc8c1,node_agent_mmd_memory_vector_layer_memorylayer_sync_c_e43418bc,types_7_2f1ed65e,harness_run_context_ac7c77a9,index_3_7e40d474,json_schema_core_96d7e328,node_agent_mmd_orchestration_layer_orchestration_poli_3270b55d,node_agent_mmd_tool_layer_toollayer_policy_validators_af136abf,node_agent_mmd_memory_vector_layer_memorylayer_policy_1944de42,node_agent_mmd_orchestration_layer_orchestration_type_7cf81261,node_agent_mmd_tool_layer_toollayer_types_core_types__6c8319b6,node_agent_mmd_memory_vector_layer_memorylayer_types__83f369fa,node_agent_mmd_orchestration_layer_orchestration_vali_d9fe99e6,node_agent_mmd_tool_layer_toollayer_validator_core_va_6ef6131f,node_agent_mmd_memory_vector_layer_memorylayer_valida_41034356,node_agent_mmd_orchestration_layer_orchestration_init_2a9c3ecb,node_agent_mmd_memory_vector_layer_memorylayer_init_m_333d02c5,node_agent_mmd_orchestration_layer_orchestration_proj_6ab6f60f,node_agent_mmd_memory_vector_layer_memorylayer_projec_3ae304d9,scaffold_diagram_templates_dd88e83c,node_agent_mmd_orchestration_layer_orchestration_scaf_12cc07db,node_agent_mmd_memory_vector_layer_memorylayer_scaffo_5fd73b94,node_agent_mmd_orchestration_layer_orchestration_scaf_c9a90c2f,node_agent_mmd_tool_layer_toollayer_scaffold_environm_c1afc013,node_agent_mmd_memory_vector_layer_memorylayer_scaffo_12b42341,scaffold_root_command_templates_404fed7f,scaffold_script_template_registry_69312d4e,scaffold_shell_templates_0ad0f915,scaffold_surfaces_12d6494e,node_agent_mmd_orchestration_layer_orchestration_scaf_ff8f92f6,node_agent_mmd_memory_vector_layer_memorylayer_scaffo_a86eece1,scaffold_workflow_template_92310587,eval_seed_5699fd3e,index_9_32dd4d91,review_context_1_e3afed15,memory_gate_1_265164ac,branch_enforcer_acb749cd,cli_args_5_09ea29f0,node_agent_mmd_tool_layer_toollayer_cli_cli_2_1_32d9eeaf,node_agent_mmd_memory_vector_layer_memorylayer_cli_cl_1f1f89ab,node_agent_mmd_tool_layer_toollayer_metrics_tracker_m_4c9237d8,node_agent_mmd_memory_vector_layer_memorylayer_metric_12562178,types_18_37582e2a,validator_4_5180cf23,node_agent_mmd_orchestration_layer_orchestration_clas_899b821a,node_agent_mmd_memory_vector_layer_memorylayer_classi_1ebbf5ff,node_agent_mmd_orchestration_layer_orchestration_tool_cc43149f,node_agent_mmd_tool_layer_toollayer_tooling_baseline__61e66e9f,node_agent_mmd_memory_vector_layer_memorylayer_toolin_14f86b00,claim_helpers_20dc8387,types_23_4352ee2e,local_memory_smoke_1175abfc,local_memory_0db17ecc,performance_overload_c685bfcf,node_agent_mmd_orchestration_layer_orchestration_sugg_85c5ebe3,node_agent_mmd_memory_vector_layer_memorylayer_sugges_267f408d,node_agent_mmd_llm_model_layer_llmlayer_prompt_contex_9683b128,node_agent_mmd_tool_layer_toollayer_prompt_context_dr_801c86ff,node_agent_mmd_memory_vector_layer_memorylayer_prompt_84937d91,node_agent_mmd_orchestration_layer_orchestration_prom_77088997,node_agent_mmd_llm_model_layer_llmlayer_prompt_contex_e5066b88,node_agent_mmd_tool_layer_toollayer_prompt_context_dr_bd82da46,node_agent_mmd_memory_vector_layer_memorylayer_prompt_efd77624,node_agent_mmd_llm_model_layer_llmlayer_prompt_contex_6426acc2,node_agent_mmd_memory_vector_layer_memorylayer_prompt_55c0d605,types_30_424b976c,policy_1_fc4198db,node_agent_mmd_tool_layer_toollayer_runtime_card_code_3636ceac,node_agent_mmd_memory_vector_layer_memorylayer_runtim_a5d23e7f,cli_11_338a8415,collector_0736fd5b,types_33_16e22a82,overload_guard_2748c559 memNode
